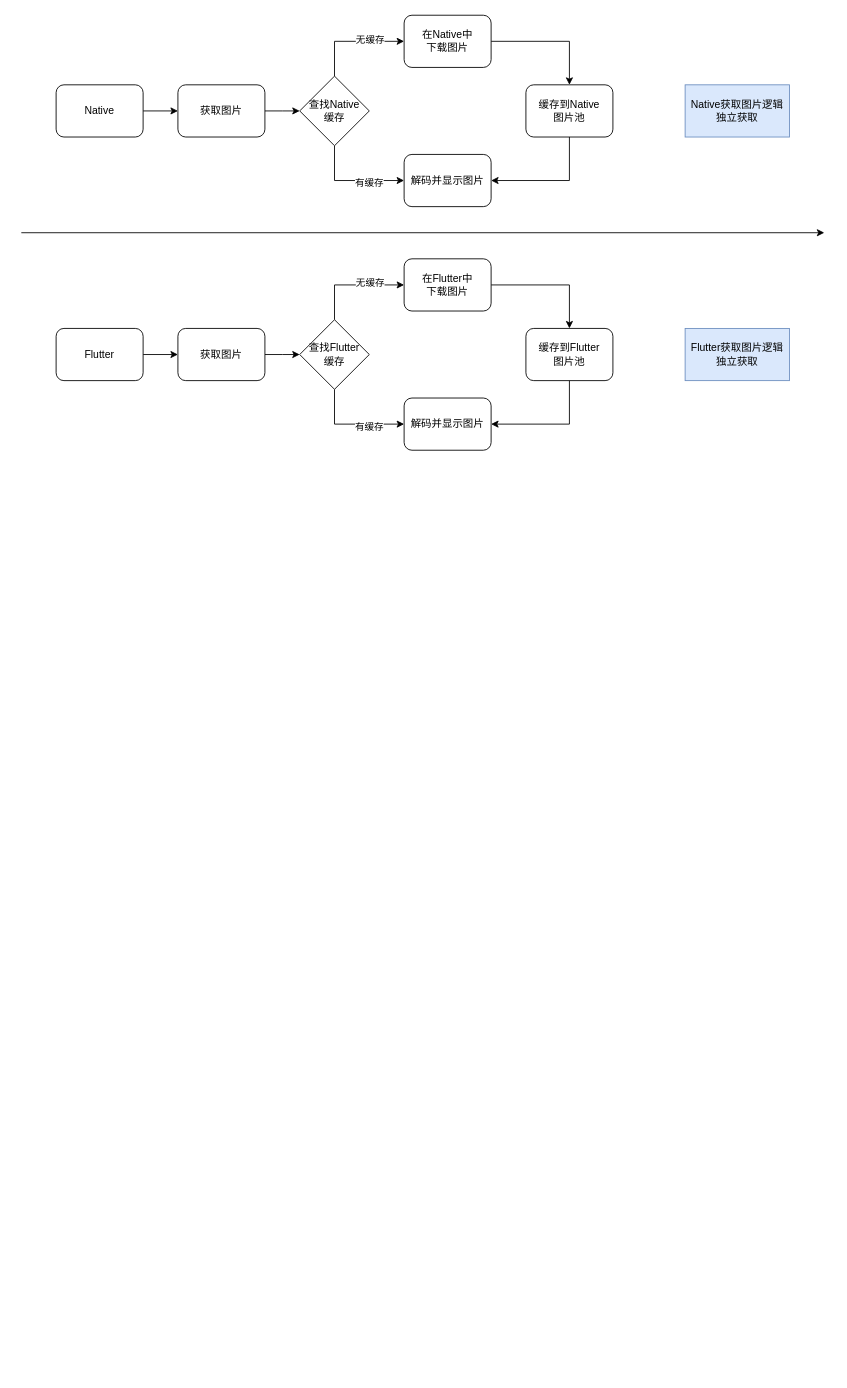
Above: flutter_image.drawio in hardygege/work (draw.io), before the change. Source tidied: cells renumbered, new cells numbered last; positions are measured from the earlier drawing's top-left corner, leaving out a move shared by most shapes. Both pictures are drawn from the tidied source at 87%, with x=0, y=0 at pixel (21, 15).
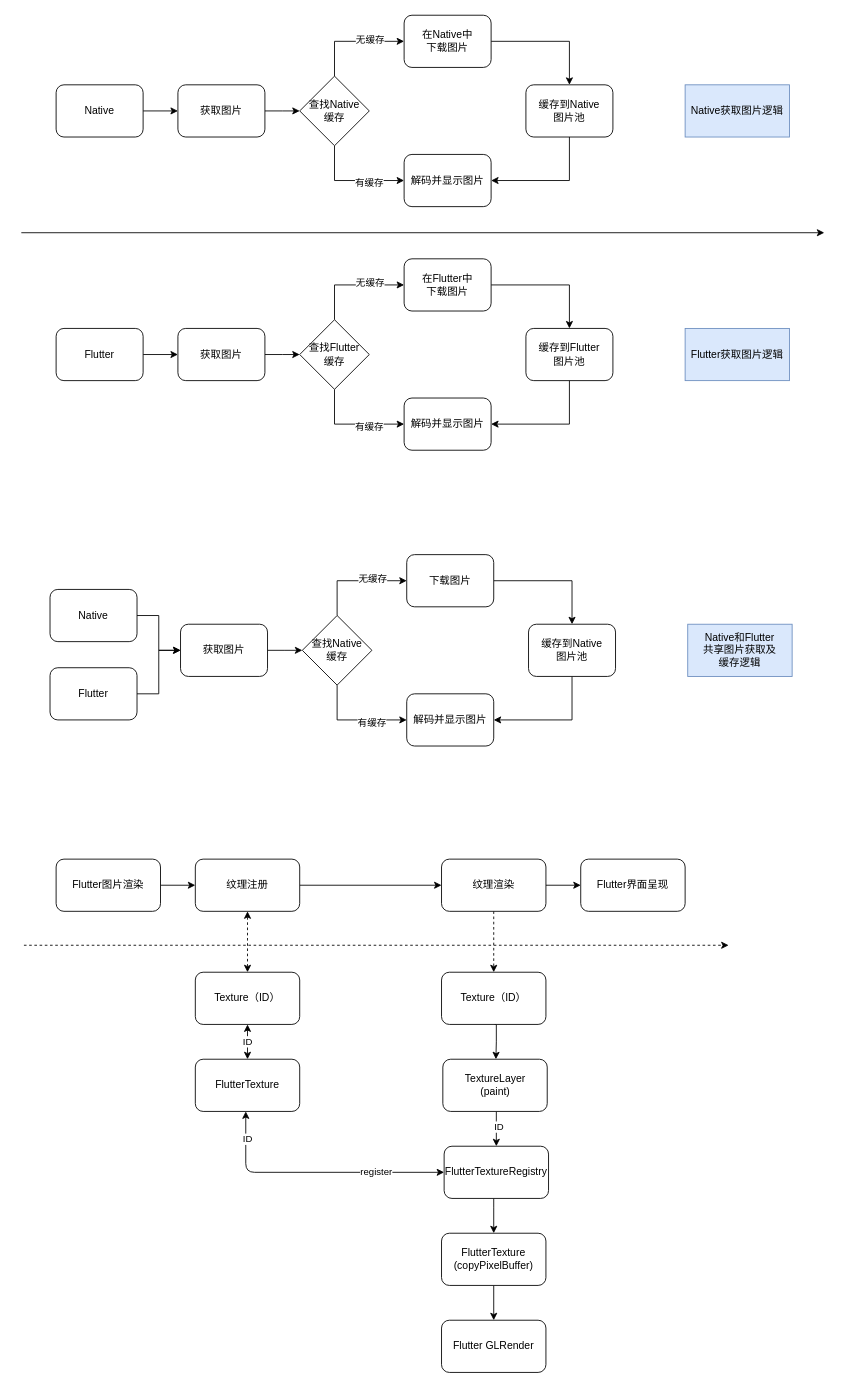
Above is the later version.

Change to the diagram source:
```diff
@@
-    <mxCell id="31" value="Native获取图片逻辑&lt;br&gt;独立获取" style="rounded=0;whiteSpace=wrap;html=1;fillColor=#dae8fc;strokeColor=#6c8ebf;" parent="1" vertex="1">
+    <mxCell id="31" value="Native获取图片逻辑&lt;br&gt;" style="rounded=0;whiteSpace=wrap;html=1;fillColor=#dae8fc;strokeColor=#6c8ebf;" parent="1" vertex="1">
       <mxGeometry x="763" y="80" width="120" height="60" as="geometry" />
     </mxCell>
-    <mxCell id="32" value="Flutter获取图片逻辑&lt;br&gt;独立获取" style="rounded=0;whiteSpace=wrap;html=1;fillColor=#dae8fc;strokeColor=#6c8ebf;" parent="1" vertex="1">
+    <mxCell id="32" value="Flutter获取图片逻辑" style="rounded=0;whiteSpace=wrap;html=1;fillColor=#dae8fc;strokeColor=#6c8ebf;" parent="1" vertex="1">
       <mxGeometry x="763" y="360" width="120" height="60" as="geometry" />
     </mxCell>
+    <mxCell id="33" style="edgeStyle=orthogonalEdgeStyle;rounded=0;jettySize=auto;html=1;" parent="1" edge="1" source="34" target="36">
+      <mxGeometry relative="1" as="geometry" />
+    </mxCell>
+    <mxCell id="34" value="Native" style="rounded=1;whiteSpace=wrap;html=1;" parent="1" vertex="1">
+      <mxGeometry x="33" y="660" width="100" height="60" as="geometry" />
+    </mxCell>
+    <mxCell id="35" style="edgeStyle=orthogonalEdgeStyle;rounded=0;jettySize=auto;html=1;" parent="1" edge="1" source="36">
+      <mxGeometry relative="1" as="geometry">
+        <mxPoint x="323" y="730" as="targetPoint" />
+      </mxGeometry>
+    </mxCell>
+    <mxCell id="36" value="获取图片" style="rounded=1;whiteSpace=wrap;html=1;" parent="1" vertex="1">
+      <mxGeometry x="183" y="700" width="100" height="60" as="geometry" />
+    </mxCell>
+    <mxCell id="37" style="edgeStyle=orthogonalEdgeStyle;rounded=0;jettySize=auto;html=1;" parent="1" edge="1" source="38" target="41">
+      <mxGeometry relative="1" as="geometry">
+        <Array as="points">
+          <mxPoint x="633" y="650" />
+        </Array>
+      </mxGeometry>
+    </mxCell>
+    <mxCell id="38" value="下载图片" style="rounded=1;whiteSpace=wrap;html=1;" parent="1" vertex="1">
+      <mxGeometry x="443" y="620" width="100" height="60" as="geometry" />
+    </mxCell>
+    <mxCell id="39" value="解码并显示图片" style="rounded=1;whiteSpace=wrap;html=1;" parent="1" vertex="1">
+      <mxGeometry x="443" y="780" width="100" height="60" as="geometry" />
+    </mxCell>
+    <mxCell id="40" style="edgeStyle=orthogonalEdgeStyle;rounded=0;jettySize=auto;html=1;entryX=1;entryY=0.5;entryDx=0;entryDy=0;" parent="1" edge="1" source="41" target="39">
+      <mxGeometry relative="1" as="geometry">
+        <Array as="points">
+          <mxPoint x="633" y="810" />
+        </Array>
+      </mxGeometry>
+    </mxCell>
+    <mxCell id="41" value="缓存到Native&lt;br&gt;图片池" style="rounded=1;whiteSpace=wrap;html=1;" parent="1" vertex="1">
+      <mxGeometry x="583" y="700" width="100" height="60" as="geometry" />
+    </mxCell>
+    <mxCell id="42" style="edgeStyle=orthogonalEdgeStyle;rounded=0;jettySize=auto;html=1;entryX=0;entryY=0.5;entryDx=0;entryDy=0;" parent="1" edge="1" source="46" target="39">
+      <mxGeometry relative="1" as="geometry">
+        <Array as="points">
+          <mxPoint x="363" y="810" />
+        </Array>
+      </mxGeometry>
+    </mxCell>
+    <mxCell id="43" value="有缓存" style="edgeLabel;html=1;align=center;verticalAlign=middle;" parent="42" vertex="1">
+      <mxGeometry x="0.32" y="-2" relative="1" as="geometry" />
+    </mxCell>
+    <mxCell id="44" style="edgeStyle=orthogonalEdgeStyle;rounded=0;jettySize=auto;html=1;entryX=0;entryY=0.5;entryDx=0;entryDy=0;" parent="1" edge="1" source="46" target="38">
+      <mxGeometry relative="1" as="geometry">
+        <Array as="points">
+          <mxPoint x="363" y="650" />
+        </Array>
+      </mxGeometry>
+    </mxCell>
+    <mxCell id="45" value="无缓存" style="edgeLabel;html=1;align=center;verticalAlign=middle;" parent="44" vertex="1">
+      <mxGeometry x="0.33" y="3" relative="1" as="geometry" />
+    </mxCell>
+    <mxCell id="46" value="查找Native&lt;br&gt;缓存" style="rhombus;whiteSpace=wrap;html=1;" parent="1" vertex="1">
+      <mxGeometry x="323" y="690" width="80" height="80" as="geometry" />
+    </mxCell>
+    <mxCell id="47" value="Native和Flutter&lt;br&gt;共享图片获取及&lt;br&gt;缓存逻辑" style="rounded=0;whiteSpace=wrap;html=1;fillColor=#dae8fc;strokeColor=#6c8ebf;" parent="1" vertex="1">
+      <mxGeometry x="766" y="700" width="120" height="60" as="geometry" />
+    </mxCell>
+    <mxCell id="48" style="edgeStyle=orthogonalEdgeStyle;rounded=0;jettySize=auto;html=1;" parent="1" edge="1" source="49" target="36">
+      <mxGeometry relative="1" as="geometry" />
+    </mxCell>
+    <mxCell id="49" value="Flutter" style="rounded=1;whiteSpace=wrap;html=1;" parent="1" vertex="1">
+      <mxGeometry x="33" y="750" width="100" height="60" as="geometry" />
+    </mxCell>
+    <mxCell id="50" style="edgeStyle=orthogonalEdgeStyle;rounded=0;jettySize=auto;html=1;" parent="1" edge="1" source="51" target="53">
+      <mxGeometry relative="1" as="geometry" />
+    </mxCell>
+    <mxCell id="51" value="Flutter图片渲染" style="rounded=1;whiteSpace=wrap;html=1;" parent="1" vertex="1">
+      <mxGeometry x="40" y="970" width="120" height="60" as="geometry" />
+    </mxCell>
+    <mxCell id="52" style="edgeStyle=orthogonalEdgeStyle;rounded=0;jettySize=auto;html=1;entryX=0;entryY=0.5;entryDx=0;entryDy=0;" parent="1" edge="1" source="53" target="56">
+      <mxGeometry relative="1" as="geometry" />
+    </mxCell>
+    <mxCell id="53" value="纹理注册" style="rounded=1;whiteSpace=wrap;html=1;" parent="1" vertex="1">
+      <mxGeometry x="200" y="970" width="120" height="60" as="geometry" />
+    </mxCell>
+    <mxCell id="54" style="edgeStyle=orthogonalEdgeStyle;rounded=0;jettySize=auto;html=1;" parent="1" edge="1" source="56" target="57">
+      <mxGeometry relative="1" as="geometry" />
+    </mxCell>
+    <mxCell id="55" style="edgeStyle=orthogonalEdgeStyle;rounded=0;jettySize=auto;html=1;dashed=1;" parent="1" edge="1" source="56" target="63">
+      <mxGeometry relative="1" as="geometry" />
+    </mxCell>
+    <mxCell id="56" value="纹理渲染" style="rounded=1;whiteSpace=wrap;html=1;" parent="1" vertex="1">
+      <mxGeometry x="483" y="970" width="120" height="60" as="geometry" />
+    </mxCell>
+    <mxCell id="57" value="Flutter界面呈现" style="rounded=1;whiteSpace=wrap;html=1;" parent="1" vertex="1">
+      <mxGeometry x="643" y="970" width="120" height="60" as="geometry" />
+    </mxCell>
+    <mxCell id="58" value="Texture（ID）" style="rounded=1;whiteSpace=wrap;html=1;" parent="1" vertex="1">
+      <mxGeometry x="200" y="1100" width="120" height="60" as="geometry" />
+    </mxCell>
+    <mxCell id="59" value="FlutterTexture" style="rounded=1;whiteSpace=wrap;html=1;" parent="1" vertex="1">
+      <mxGeometry x="200" y="1200" width="120" height="60" as="geometry" />
+    </mxCell>
+    <mxCell id="60" style="edgeStyle=orthogonalEdgeStyle;rounded=0;jettySize=auto;html=1;entryX=0.5;entryY=0;entryDx=0;entryDy=0;" parent="1" edge="1" source="61" target="65">
+      <mxGeometry relative="1" as="geometry">
+        <Array as="points">
+          <mxPoint x="543" y="1370" />
+          <mxPoint x="543" y="1370" />
+        </Array>
+      </mxGeometry>
+    </mxCell>
+    <mxCell id="61" value="FlutterTextureRegistry" style="rounded=1;whiteSpace=wrap;html=1;" parent="1" vertex="1">
+      <mxGeometry x="486" y="1300" width="120" height="60" as="geometry" />
+    </mxCell>
+    <mxCell id="62" style="edgeStyle=orthogonalEdgeStyle;rounded=0;orthogonalLoop=1;jettySize=auto;html=1;" parent="1" edge="1">
+      <mxGeometry relative="1" as="geometry">
+        <mxPoint x="544" y="1160" as="sourcePoint" />
+        <mxPoint x="545.5" y="1200" as="targetPoint" />
+        <Array as="points">
+          <mxPoint x="546" y="1160" />
+          <mxPoint x="546" y="1180" />
+        </Array>
+      </mxGeometry>
+    </mxCell>
+    <mxCell id="63" value="Texture（ID）" style="rounded=1;whiteSpace=wrap;html=1;" parent="1" vertex="1">
+      <mxGeometry x="483" y="1100" width="120" height="60" as="geometry" />
+    </mxCell>
+    <mxCell id="64" style="edgeStyle=orthogonalEdgeStyle;rounded=0;jettySize=auto;html=1;" parent="1" edge="1" source="65" target="66">
+      <mxGeometry relative="1" as="geometry" />
+    </mxCell>
+    <mxCell id="65" value="FlutterTexture&lt;br&gt;(copyPixelBuffer)" style="rounded=1;whiteSpace=wrap;html=1;" parent="1" vertex="1">
+      <mxGeometry x="483" y="1400" width="120" height="60" as="geometry" />
+    </mxCell>
+    <mxCell id="66" value="Flutter GLRender" style="rounded=1;whiteSpace=wrap;html=1;" parent="1" vertex="1">
+      <mxGeometry x="483" y="1500" width="120" height="60" as="geometry" />
+    </mxCell>
+    <mxCell id="67" style="edgeStyle=orthogonalEdgeStyle;rounded=0;jettySize=auto;html=1;" parent="1" edge="1" source="69" target="61">
+      <mxGeometry relative="1" as="geometry">
+        <Array as="points">
+          <mxPoint x="546" y="1270" />
+          <mxPoint x="546" y="1270" />
+        </Array>
+      </mxGeometry>
+    </mxCell>
+    <mxCell id="68" value="ID" style="edgeLabel;html=1;align=center;verticalAlign=middle;" parent="67" vertex="1">
+      <mxGeometry x="-0.15" y="2" relative="1" as="geometry" />
+    </mxCell>
+    <mxCell id="69" value="TextureLayer&lt;br&gt;(paint)" style="rounded=1;whiteSpace=wrap;html=1;" parent="1" vertex="1">
+      <mxGeometry x="484.5" y="1200" width="120" height="60" as="geometry" />
+    </mxCell>
+    <mxCell id="70" style="endArrow=classic;startArrow=classic;html=1;exitX=0;exitY=0.5;exitDx=0;exitDy=0;" parent="1" edge="1" source="61">
+      <mxGeometry relative="1" as="geometry">
+        <mxPoint x="258" y="1260" as="targetPoint" />
+        <Array as="points">
+          <mxPoint x="258" y="1330" />
+        </Array>
+      </mxGeometry>
+    </mxCell>
+    <mxCell id="71" value="ID" style="edgeLabel;html=1;align=center;verticalAlign=middle;" parent="70" vertex="1">
+      <mxGeometry x="0.79" y="-1" relative="1" as="geometry" />
+    </mxCell>
+    <mxCell id="72" value="register" style="edgeLabel;html=1;align=center;verticalAlign=middle;" parent="70" vertex="1">
+      <mxGeometry x="-0.47" y="-1" relative="1" as="geometry" />
+    </mxCell>
+    <mxCell id="73" value="ID" style="endArrow=classic;startArrow=classic;html=1;exitX=0.5;exitY=0;exitDx=0;exitDy=0;entryX=0.5;entryY=1;entryDx=0;entryDy=0;" parent="1" edge="1" source="59" target="58">
+      <mxGeometry relative="1" as="geometry" />
+    </mxCell>
+    <mxCell id="74" style="endArrow=classic;startArrow=classic;html=1;dashed=1;entryX=0.5;entryY=1;entryDx=0;entryDy=0;" parent="1" edge="1" source="58" target="53">
+      <mxGeometry relative="1" as="geometry" />
+    </mxCell>
+    <mxCell id="75" style="endArrow=classic;html=1;dashed=1;" parent="1" edge="1">
+      <mxGeometry relative="1" as="geometry">
+        <mxPoint x="3" y="1069" as="sourcePoint" />
+        <mxPoint x="813" y="1069" as="targetPoint" />
+      </mxGeometry>
+    </mxCell>
```
